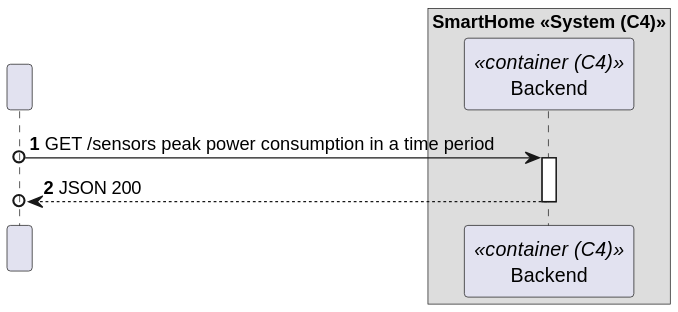
Before: docs/C4_4plus1_models/Level2/ProcessView/ProcessViewLevel2_UC14_v1.svg, a diagram exported from PlantUML (moutajDev/smarthome).
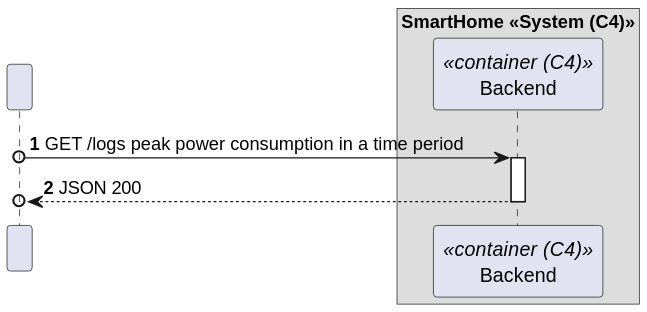
Above is the later version.

Change to the diagram source:
```diff
@@ -10,7 +10,7 @@
     participant "Backend" as BE<<container (C4)>>
 end box
 
-HTTP o-> BE : GET /sensors peak power consumption in a time period
+HTTP o-> BE : GET /logs peak power consumption in a time period
 activate BE
 
 
```
